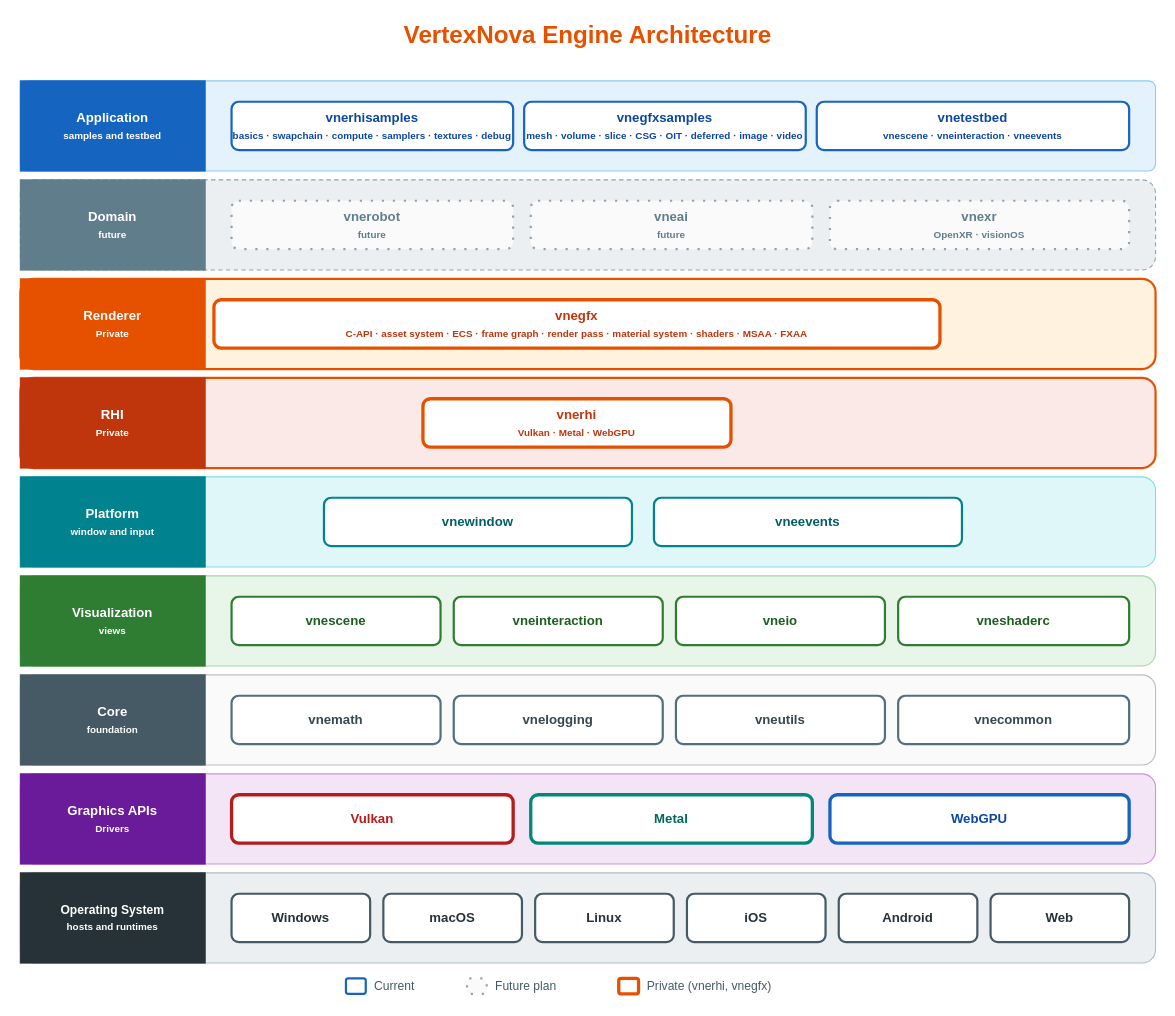
The draw.io diagram profile/diagrams/architecture.drawio in vertexnova/.github, before the edit. Source tidied: cells renumbered, new cells numbered last; positions are measured from the earlier drawing's top-left corner, leaving out a move shared by most shapes. Both pictures are drawn from the tidied source at 110%, with x=0, y=0 at pixel (20, 19).
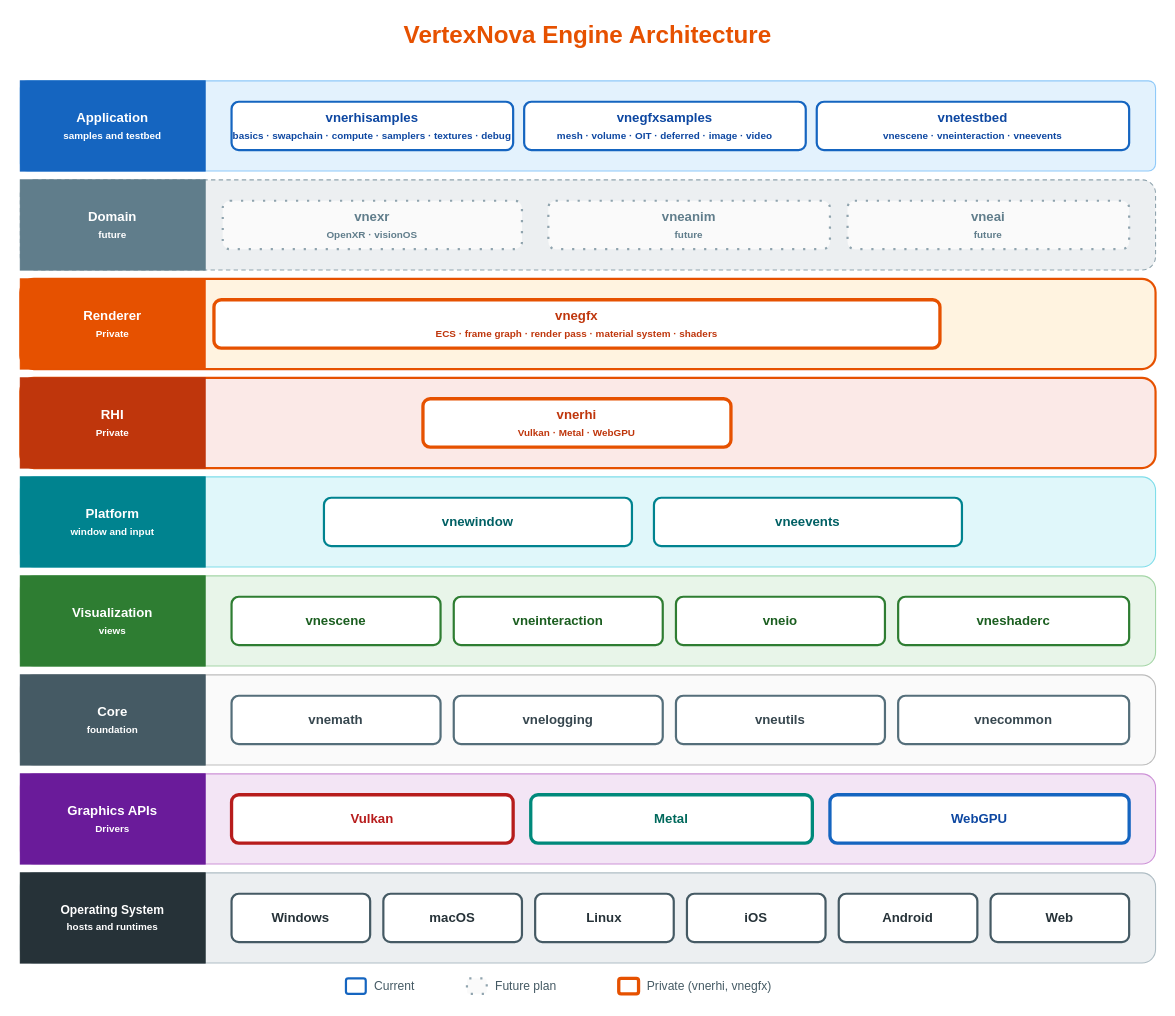
The same page after the edit.

The edit, as a diff of the source:
```diff
@@
-    <mxCell id="6" value="vnegfxsamples&lt;br&gt;&lt;font style=&quot;font-size:9px&quot;&gt;mesh · volume · slice · CSG · OIT · deferred · image · video&lt;/font&gt;" style="rounded=1;whiteSpace=wrap;html=1;fillColor=#ffffff;strokeColor=#1565c0;strokeWidth=2;fontStyle=1;fontSize=12;fontColor=#0d47a1;" parent="1" vertex="1">
+    <mxCell id="6" value="vnegfxsamples&lt;br&gt;&lt;font style=&quot;font-size:9px&quot;&gt;mesh · volume · OIT · deferred · image · video&lt;/font&gt;" style="rounded=1;whiteSpace=wrap;html=1;fillColor=#ffffff;strokeColor=#1565c0;strokeWidth=2;fontStyle=1;fontSize=12;fontColor=#0d47a1;" parent="1" vertex="1">
       <mxGeometry x="458" y="75" width="256" height="44" as="geometry" />
     </mxCell>
@@
-    <mxCell id="10" value="vnerobot&lt;br&gt;&lt;font style=&quot;font-size:9px&quot;&gt;future&lt;/font&gt;" style="rounded=1;whiteSpace=wrap;html=1;fillColor=#fafafa;strokeColor=#90a4ae;strokeWidth=2;dashed=1;dashPattern=1 4;fontStyle=1;fontSize=12;fontColor=#607d8b;" parent="1" vertex="1">
-      <mxGeometry x="192" y="165" width="256" height="44" as="geometry" />
+    <mxCell id="10" value="vneanim&lt;br&gt;&lt;font style=&quot;font-size:9px&quot;&gt;future&lt;/font&gt;" style="rounded=1;whiteSpace=wrap;html=1;fillColor=#fafafa;strokeColor=#90a4ae;strokeWidth=2;dashed=1;dashPattern=1 4;fontStyle=1;fontSize=12;fontColor=#607d8b;" parent="1" vertex="1">
+      <mxGeometry x="480" y="165" width="256" height="44" as="geometry" />
     </mxCell>
     <mxCell id="11" value="vneai&lt;br&gt;&lt;font style=&quot;font-size:9px&quot;&gt;future&lt;/font&gt;" style="rounded=1;whiteSpace=wrap;html=1;fillColor=#fafafa;strokeColor=#90a4ae;strokeWidth=2;dashed=1;dashPattern=1 4;fontStyle=1;fontSize=12;fontColor=#607d8b;" parent="1" vertex="1">
-      <mxGeometry x="464" y="165" width="256" height="44" as="geometry" />
+      <mxGeometry x="752" y="165" width="256" height="44" as="geometry" />
     </mxCell>
     <mxCell id="12" value="vnexr&lt;br&gt;&lt;font style=&quot;font-size:9px&quot;&gt;OpenXR · visionOS&lt;/font&gt;" style="rounded=1;whiteSpace=wrap;html=1;fillColor=#fafafa;strokeColor=#90a4ae;strokeWidth=2;dashed=1;dashPattern=1 4;fontStyle=1;fontSize=12;fontColor=#607d8b;" parent="1" vertex="1">
-      <mxGeometry x="736" y="165" width="272" height="44" as="geometry" />
+      <mxGeometry x="184" y="165" width="272" height="44" as="geometry" />
     </mxCell>
@@
-    <mxCell id="15" value="vnegfx&lt;br&gt;&lt;font style=&quot;font-size:9px&quot;&gt;C-API · asset system · ECS · frame graph · render pass · material system · shaders · MSAA · FXAA&lt;/font&gt;" style="rounded=1;whiteSpace=wrap;html=1;fillColor=#ffffff;strokeColor=#e65100;strokeWidth=3;fontStyle=1;fontSize=12;fontColor=#bf360c;" parent="1" vertex="1">
+    <mxCell id="15" value="vnegfx&lt;br&gt;&lt;font style=&quot;font-size:9px&quot;&gt;&amp;nbsp;ECS · frame graph · render pass · material system · shaders&amp;nbsp;&lt;/font&gt;" style="rounded=1;whiteSpace=wrap;html=1;fillColor=#ffffff;strokeColor=#e65100;strokeWidth=3;fontStyle=1;fontSize=12;fontColor=#bf360c;" parent="1" vertex="1">
       <mxGeometry x="176" y="255" width="660" height="44" as="geometry" />
     </mxCell>
```
